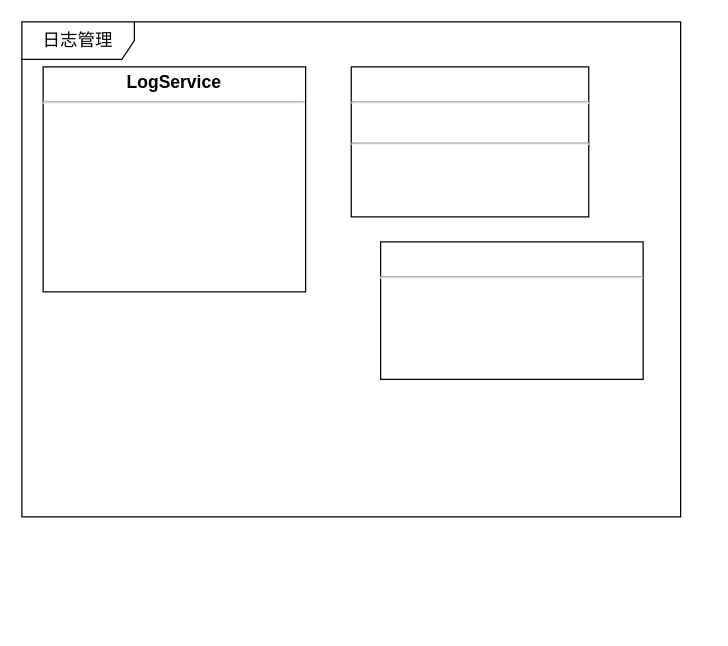
Above: IOTManage/class-log.drawio in waterwatermelon/graph (draw.io), before the change. Source tidied: cells renumbered, new cells numbered last; positions are measured from the earlier drawing's top-left corner, leaving out a move shared by most shapes. Both pictures are drawn from the tidied source at 125%, with x=0, y=0 at pixel (21, 21).
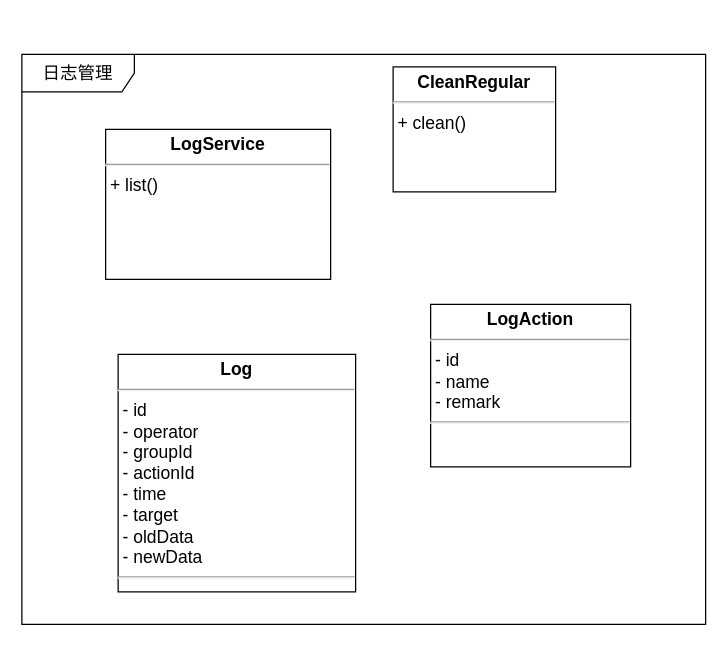
The same page after the edit.

Diff of the diagram source:
```diff
@@
 <mxGraphModel>
   <root>
     <mxCell id="0" />
     <mxCell id="1" parent="0" />
     <mxCell id="2" value="日志管理" style="shape=umlFrame;whiteSpace=wrap;html=1;rounded=0;shadow=0;comic=0;labelBackgroundColor=none;strokeColor=#000000;strokeWidth=1;fillColor=#ffffff;fontFamily=Verdana;fontSize=14;fontColor=#000000;align=center;width=90;height=30;" parent="1" vertex="1">
-      <mxGeometry width="527" height="396" as="geometry" />
+      <mxGeometry y="26" width="547" height="456" as="geometry" />
     </mxCell>
-    <mxCell id="3" value="&lt;p style=&quot;margin: 4px 0px 0px ; text-align: center ; font-size: 14px&quot;&gt;&lt;b&gt;LogService&lt;/b&gt;&lt;/p&gt;&lt;hr style=&quot;font-size: 14px&quot;&gt;&lt;p style=&quot;margin: 0px 0px 0px 4px ; font-size: 14px&quot;&gt;&lt;br&gt;&lt;/p&gt;" style="verticalAlign=top;align=left;overflow=fill;fontSize=14;fontFamily=Helvetica;html=1;" parent="1" vertex="1">
-      <mxGeometry x="17" y="36" width="210" height="180" as="geometry" />
+    <mxCell id="3" value="&lt;p style=&quot;margin: 4px 0px 0px ; text-align: center ; font-size: 14px&quot;&gt;&lt;b&gt;LogService&lt;/b&gt;&lt;/p&gt;&lt;hr style=&quot;font-size: 14px&quot;&gt;&lt;p style=&quot;margin: 0px 0px 0px 4px ; font-size: 14px&quot;&gt;+ list()&lt;/p&gt;&lt;p style=&quot;margin: 0px 0px 0px 4px ; font-size: 14px&quot;&gt;&lt;br&gt;&lt;/p&gt;" style="verticalAlign=top;align=left;overflow=fill;fontSize=14;fontFamily=Helvetica;html=1;" parent="1" vertex="1">
+      <mxGeometry x="67" y="86" width="180" height="120" as="geometry" />
     </mxCell>
-    <mxCell id="4" value="&lt;p style=&quot;margin: 4px 0px 0px ; text-align: center ; font-size: 14px&quot;&gt;&lt;br&gt;&lt;/p&gt;&lt;hr style=&quot;font-size: 14px&quot;&gt;&lt;p style=&quot;margin: 0px 0px 0px 4px ; font-size: 14px&quot;&gt;&lt;br&gt;&lt;/p&gt;" style="verticalAlign=top;align=left;overflow=fill;fontSize=14;fontFamily=Helvetica;html=1;" parent="1" vertex="1">
-      <mxGeometry x="287" y="176" width="210" height="110" as="geometry" />
-    </mxCell>
-    <mxCell id="5" value="&lt;p style=&quot;margin: 4px 0px 0px ; text-align: center ; font-size: 14px&quot;&gt;&lt;br&gt;&lt;/p&gt;&lt;hr style=&quot;font-size: 14px&quot;&gt;&lt;p style=&quot;margin: 0px 0px 0px 4px ; font-size: 14px&quot;&gt;&lt;br&gt;&lt;/p&gt;&lt;hr style=&quot;font-size: 14px&quot;&gt;&lt;p style=&quot;margin: 0px 0px 0px 4px ; font-size: 14px&quot;&gt;&lt;br&gt;&lt;/p&gt;" style="verticalAlign=top;align=left;overflow=fill;fontSize=14;fontFamily=Helvetica;html=1;" parent="1" vertex="1">
-      <mxGeometry x="263.5" y="36" width="190" height="120" as="geometry" />
-    </mxCell>
+    <mxCell id="6" value="&lt;p style=&quot;margin: 4px 0px 0px ; text-align: center ; font-size: 14px&quot;&gt;&lt;b&gt;CleanRegular&lt;/b&gt;&lt;/p&gt;&lt;hr style=&quot;font-size: 14px&quot;&gt;&lt;p style=&quot;margin: 0px 0px 0px 4px ; font-size: 14px&quot;&gt;+ clean()&lt;/p&gt;" style="verticalAlign=top;align=left;overflow=fill;fontSize=14;fontFamily=Helvetica;html=1;" parent="1" vertex="1">
+      <mxGeometry x="297" y="36" width="130" height="100" as="geometry" />
+    </mxCell>
+    <mxCell id="7" value="&lt;p style=&quot;margin: 4px 0px 0px ; text-align: center ; font-size: 14px&quot;&gt;&lt;b&gt;Log&lt;/b&gt;&lt;br&gt;&lt;/p&gt;&lt;hr style=&quot;font-size: 14px&quot;&gt;&lt;p style=&quot;margin: 0px 0px 0px 4px ; font-size: 14px&quot;&gt;- id&lt;/p&gt;&lt;p style=&quot;margin: 0px 0px 0px 4px ; font-size: 14px&quot;&gt;- operator&lt;/p&gt;&lt;p style=&quot;margin: 0px 0px 0px 4px ; font-size: 14px&quot;&gt;- groupId&lt;/p&gt;&lt;p style=&quot;margin: 0px 0px 0px 4px ; font-size: 14px&quot;&gt;- actionId&lt;/p&gt;&lt;p style=&quot;margin: 0px 0px 0px 4px ; font-size: 14px&quot;&gt;- time&lt;/p&gt;&lt;p style=&quot;margin: 0px 0px 0px 4px ; font-size: 14px&quot;&gt;- target&lt;/p&gt;&lt;p style=&quot;margin: 0px 0px 0px 4px ; font-size: 14px&quot;&gt;- oldData&lt;/p&gt;&lt;p style=&quot;margin: 0px 0px 0px 4px ; font-size: 14px&quot;&gt;- newData&amp;nbsp;&lt;/p&gt;&lt;hr style=&quot;font-size: 14px&quot;&gt;&lt;p style=&quot;margin: 0px 0px 0px 4px ; font-size: 14px&quot;&gt;&lt;br&gt;&lt;/p&gt;" style="verticalAlign=top;align=left;overflow=fill;fontSize=14;fontFamily=Helvetica;html=1;" parent="1" vertex="1">
+      <mxGeometry x="77" y="266" width="190" height="190" as="geometry" />
+    </mxCell>
+    <mxCell id="8" value="&lt;p style=&quot;margin: 4px 0px 0px ; text-align: center ; font-size: 14px&quot;&gt;&lt;b&gt;LogAction&lt;/b&gt;&lt;br&gt;&lt;/p&gt;&lt;hr style=&quot;font-size: 14px&quot;&gt;&lt;p style=&quot;margin: 0px 0px 0px 4px ; font-size: 14px&quot;&gt;- id&lt;/p&gt;&lt;p style=&quot;margin: 0px 0px 0px 4px ; font-size: 14px&quot;&gt;- name&lt;/p&gt;&lt;p style=&quot;margin: 0px 0px 0px 4px ; font-size: 14px&quot;&gt;- remark&lt;span&gt;&amp;nbsp;&lt;/span&gt;&lt;/p&gt;&lt;hr style=&quot;font-size: 14px&quot;&gt;&lt;p style=&quot;margin: 0px 0px 0px 4px ; font-size: 14px&quot;&gt;&lt;br&gt;&lt;/p&gt;" style="verticalAlign=top;align=left;overflow=fill;fontSize=14;fontFamily=Helvetica;html=1;" parent="1" vertex="1">
+      <mxGeometry x="327" y="226" width="160" height="130" as="geometry" />
+    </mxCell>
   </root>
 </mxGraphModel>
```
